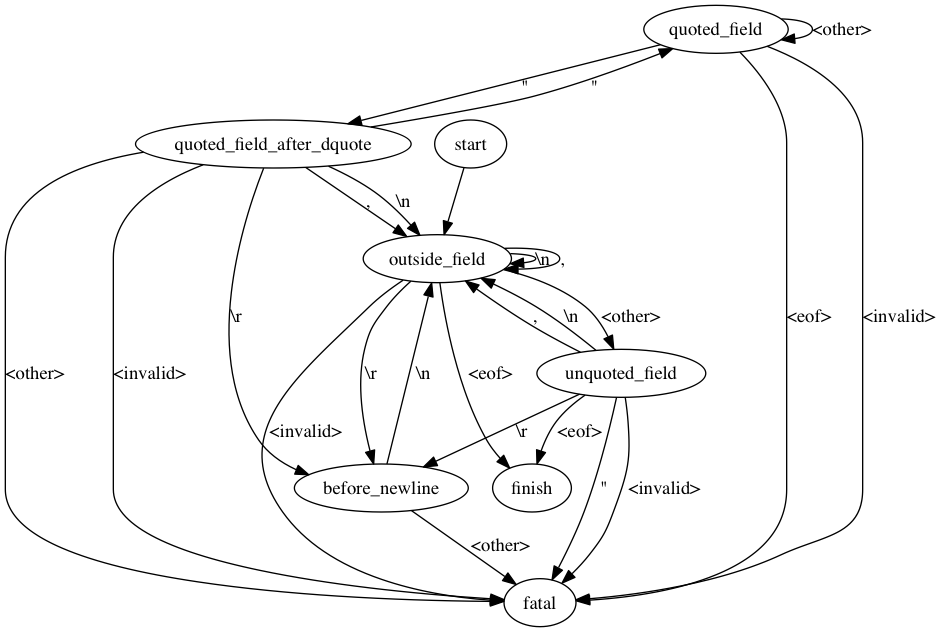
This is src/fast-csv-to-tsv/state.png from clarkgrubb/data-tools, a Graphviz export, as it was before one commit. Its source is kept beside it as src/fast-csv-to-tsv/state.dot.
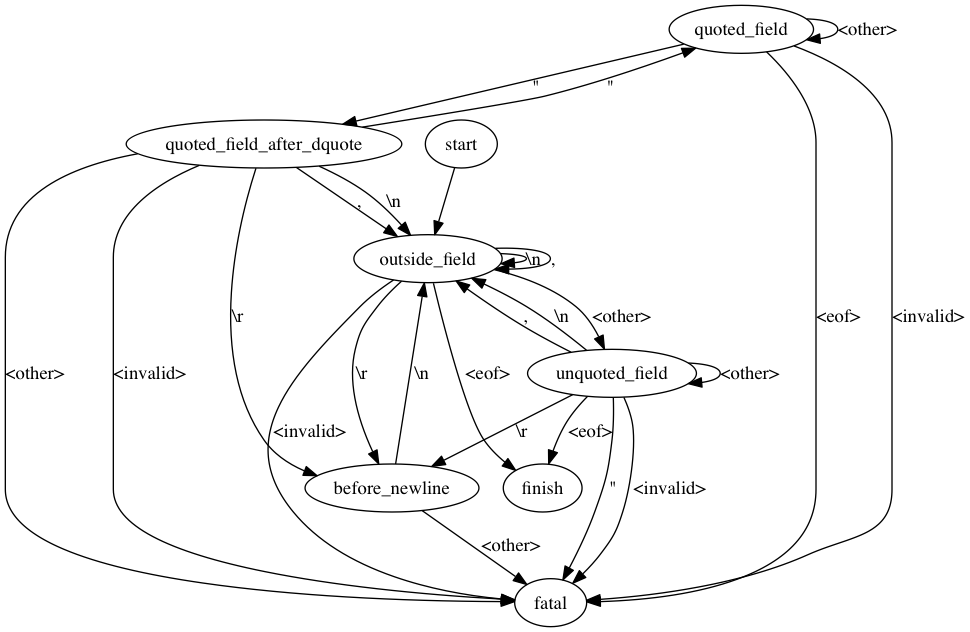
Above is the later version.

Commit message:
add missing transition to state.dot

Change to the diagram source:
```diff
@@ -11,6 +11,7 @@
         unquoted_field -> outside_field [label=","];
         unquoted_field -> outside_field [label="\\n"];
         unquoted_field -> before_newline [label="\\r"];
+        unquoted_field -> unquoted_field [label="<other>"];
         unquoted_field -> finish [label="<eof>"];
         unquoted_field -> fatal [label="\""];
         unquoted_field -> fatal [label="<invalid>"];
```
